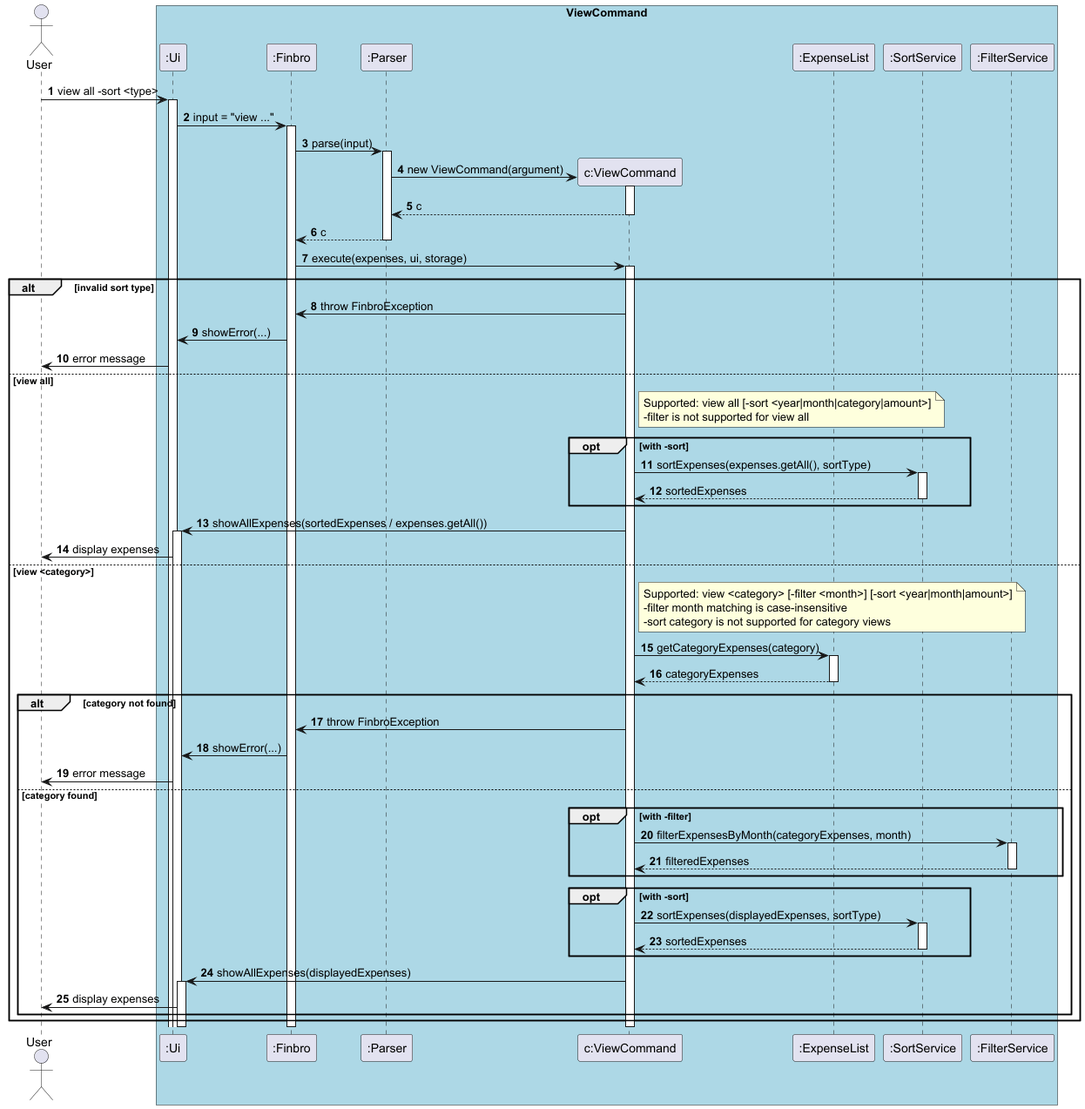
zihaoalt/tp keeps this PlantUML diagram as docs/UML_diagrams/images/ViewCommand_Advanced.png. Above is the earlier version.
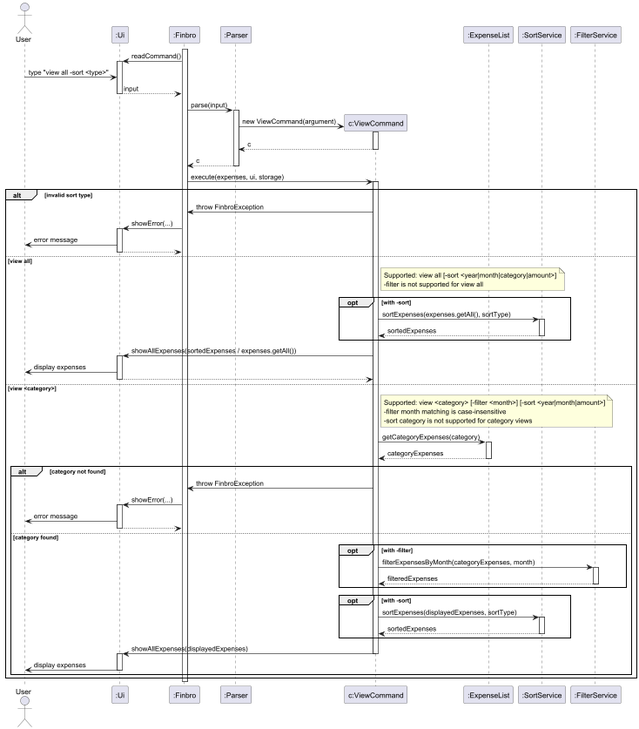
The same file after the commit.

Commit message:
fix on sequence diagram on view

The edit, as a diff of the source:
```diff
@@ -1,7 +1,6 @@
 @startuml ViewCommand_Advanced
 actor User
 
-box "ViewCommand" #LightBlue
 participant ":Ui"
 participant ":Finbro"
 participant ":Parser"
@@ -9,15 +8,15 @@
 participant ":ExpenseList"
 participant ":SortService"
 participant ":FilterService"
-end box
 
-autonumber
+activate ":Finbro"
+":Finbro" -> ":Ui" : readCommand()
+activate ":Ui"
+User -> ":Ui" : type "view all -sort <type>"
+":Ui" --> ":Finbro" : input
+deactivate ":Ui"
 
-User -> ":Ui" : view all -sort <type>
-activate ":Ui"
 
-":Ui" -> ":Finbro" : input = "view ..."
-activate ":Finbro"
 
 ":Finbro" -> ":Parser" : parse(input)
 activate ":Parser"
@@ -34,7 +33,10 @@
 alt invalid sort type
 	"c:ViewCommand" -> ":Finbro" : throw FinbroException
 	":Finbro" -> ":Ui" : showError(...)
+	activate ":Ui"
 	":Ui" -> User : error message
+	return
+	deactivate ":Ui"
 
 else view all
 	note right of "c:ViewCommand"
@@ -51,6 +53,8 @@
 	"c:ViewCommand" -> ":Ui" : showAllExpenses(sortedExpenses / expenses.getAll())
 	activate ":Ui"
 	":Ui" -> User : display expenses
+	return
+	deactivate ":Ui"
 
 else view <category>
 	note right of "c:ViewCommand"
@@ -66,7 +70,10 @@
 	alt category not found
 		"c:ViewCommand" -> ":Finbro" : throw FinbroException
 		":Finbro" -> ":Ui" : showError(...)
+		activate ":Ui"
 		":Ui" -> User : error message
+		return
+		deactivate ":Ui"
 
 	else category found
 		opt with -filter
@@ -82,8 +89,10 @@
 		end
 
 		"c:ViewCommand" -> ":Ui" : showAllExpenses(displayedExpenses)
+		deactivate "c:ViewCommand"
 		activate ":Ui"
 		":Ui" -> User : display expenses
+		deactivate ":Ui"
 	end
 end
 
```
